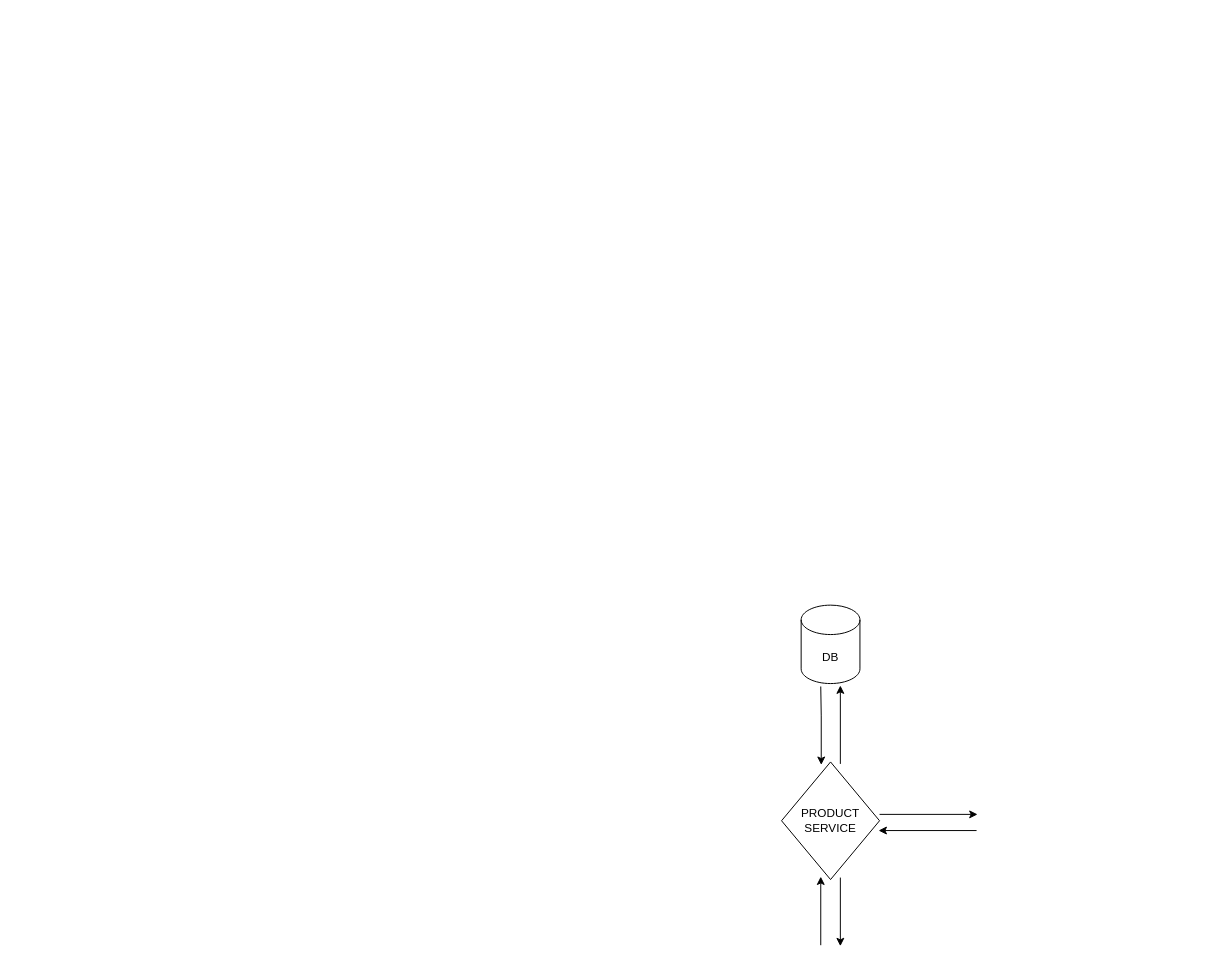
The draw.io diagram Untitled Diagram.drawio in ketdev-og/stackoverflow_test, before the edit. Source tidied: cells renumbered, new cells numbered last; positions are measured from the earlier drawing's top-left corner, leaving out a move shared by most shapes. Both pictures are drawn from the tidied source at 98%, with x=0, y=0 at pixel (781, 605).
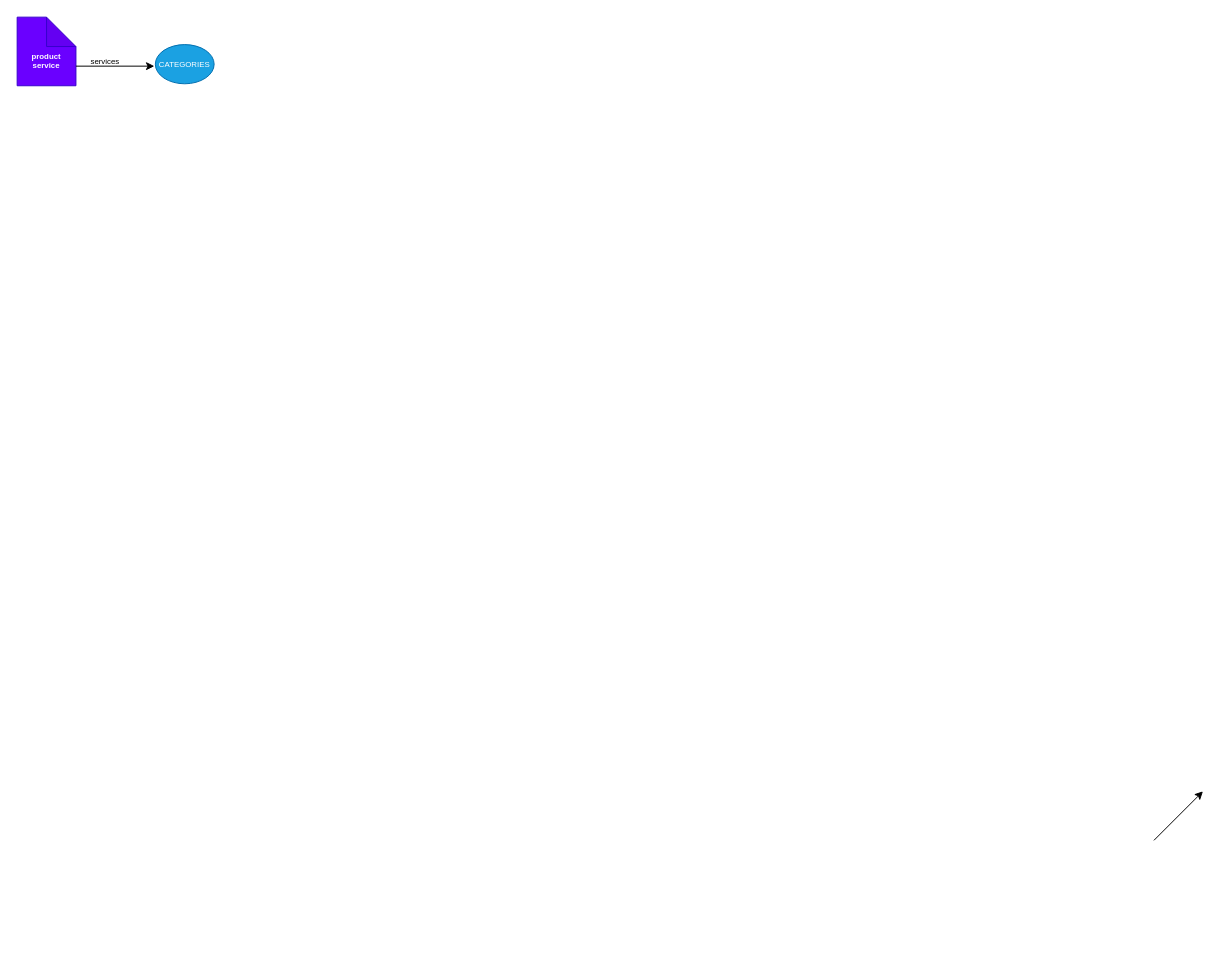
The same page after the edit.

The edit, as a diff of the source:
```diff
@@
 <mxGraphModel>
   <root>
     <mxCell id="0" />
     <mxCell id="1" parent="0" />
-    <mxCell id="2" value="DB" style="shape=cylinder3;whiteSpace=wrap;html=1;boundedLbl=1;backgroundOutline=1;size=15;" parent="1" vertex="1">
-      <mxGeometry x="20" width="60" height="80" as="geometry" />
-    </mxCell>
-    <mxCell id="3" style="endArrow=classic;html=1;rounded=0;" parent="1" edge="1">
-      <mxGeometry relative="1" as="geometry">
-        <mxPoint x="40" y="83" as="sourcePoint" />
-        <mxPoint x="40.5" y="163" as="targetPoint" />
-        <Array as="points">
-          <mxPoint x="40.5" y="113" />
-        </Array>
-      </mxGeometry>
-    </mxCell>
-    <mxCell id="4" style="endArrow=classic;html=1;rounded=0;" parent="1" edge="1">
-      <mxGeometry relative="1" as="geometry">
-        <mxPoint x="60" y="162" as="sourcePoint" />
-        <mxPoint x="60" y="82" as="targetPoint" />
-      </mxGeometry>
-    </mxCell>
-    <mxCell id="5" value="PRODUCT&lt;br&gt;SERVICE" style="rhombus;whiteSpace=wrap;html=1;" parent="1" vertex="1">
-      <mxGeometry y="160" width="100" height="120" as="geometry" />
-    </mxCell>
-    <mxCell id="6" style="endArrow=classic;html=1;rounded=0;" parent="1" edge="1">
-      <mxGeometry relative="1" as="geometry">
-        <mxPoint x="199" y="230" as="sourcePoint" />
-        <mxPoint x="99" y="230" as="targetPoint" />
-      </mxGeometry>
-    </mxCell>
-    <mxCell id="7" style="endArrow=classic;html=1;rounded=0;" parent="1" edge="1">
-      <mxGeometry relative="1" as="geometry">
-        <mxPoint x="100" y="213.5" as="sourcePoint" />
-        <mxPoint x="200" y="213.5" as="targetPoint" />
-      </mxGeometry>
-    </mxCell>
-    <mxCell id="8" style="endArrow=classic;html=1;rounded=0;" parent="1" edge="1">
-      <mxGeometry relative="1" as="geometry">
-        <mxPoint x="40" y="347" as="sourcePoint" />
-        <mxPoint x="40" y="277" as="targetPoint" />
-      </mxGeometry>
-    </mxCell>
-    <mxCell id="9" style="endArrow=classic;html=1;rounded=0;" parent="1" edge="1">
-      <mxGeometry relative="1" as="geometry">
-        <mxPoint x="60" y="278" as="sourcePoint" />
-        <mxPoint x="60" y="348" as="targetPoint" />
-      </mxGeometry>
-    </mxCell>
+    <mxCell id="10" style="endArrow=classic;html=1;rounded=0;" parent="1" edge="1">
+      <mxGeometry relative="1" as="geometry">
+        <mxPoint x="380" y="240" as="sourcePoint" />
+        <mxPoint x="430" y="190" as="targetPoint" />
+      </mxGeometry>
+    </mxCell>
+    <mxCell id="11" value="&lt;b&gt;&lt;br&gt;&lt;br&gt;product&lt;br&gt;service&lt;br&gt;&lt;/b&gt;" style="shape=note;whiteSpace=wrap;html=1;backgroundOutline=1;darkOpacity=0.05;fontSize=8;fillColor=#6a00ff;fontColor=#ffffff;strokeColor=#3700CC;" parent="1" vertex="1">
+      <mxGeometry x="-780" y="-600" width="60" height="70" as="geometry" />
+    </mxCell>
+    <mxCell id="12" style="endArrow=classic;html=1;rounded=0;fontSize=8;" parent="1" edge="1">
+      <mxGeometry relative="1" as="geometry">
+        <mxPoint x="-720" y="-550" as="sourcePoint" />
+        <mxPoint x="-640" y="-550" as="targetPoint" />
+      </mxGeometry>
+    </mxCell>
+    <mxCell id="13" value="services" style="text;html=1;strokeColor=none;fillColor=none;align=center;verticalAlign=middle;whiteSpace=wrap;rounded=0;fontSize=8;" parent="1" vertex="1">
+      <mxGeometry x="-720" y="-570" width="60" height="30" as="geometry" />
+    </mxCell>
+    <mxCell id="14" value="CATEGORIES" style="ellipse;whiteSpace=wrap;html=1;fontSize=8;fillColor=#1ba1e2;fontColor=#ffffff;strokeColor=#006EAF;" parent="1" vertex="1">
+      <mxGeometry x="-639" y="-572" width="60" height="40" as="geometry" />
+    </mxCell>
   </root>
 </mxGraphModel>
```
